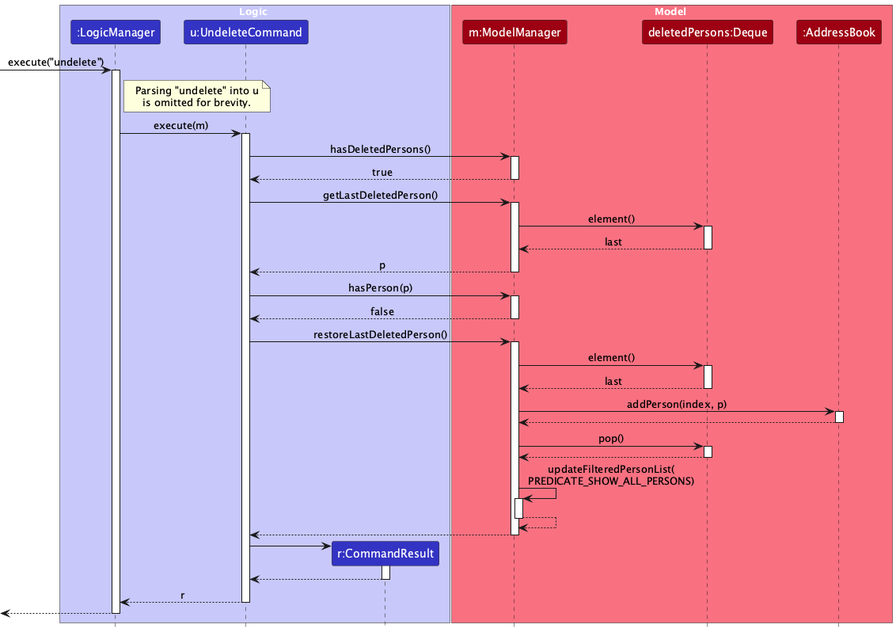
AY2627S1-CS2103T-W08-3/tp keeps this PlantUML diagram as docs/images/UndeleteSequenceDiagram.png. Above is the earlier version.
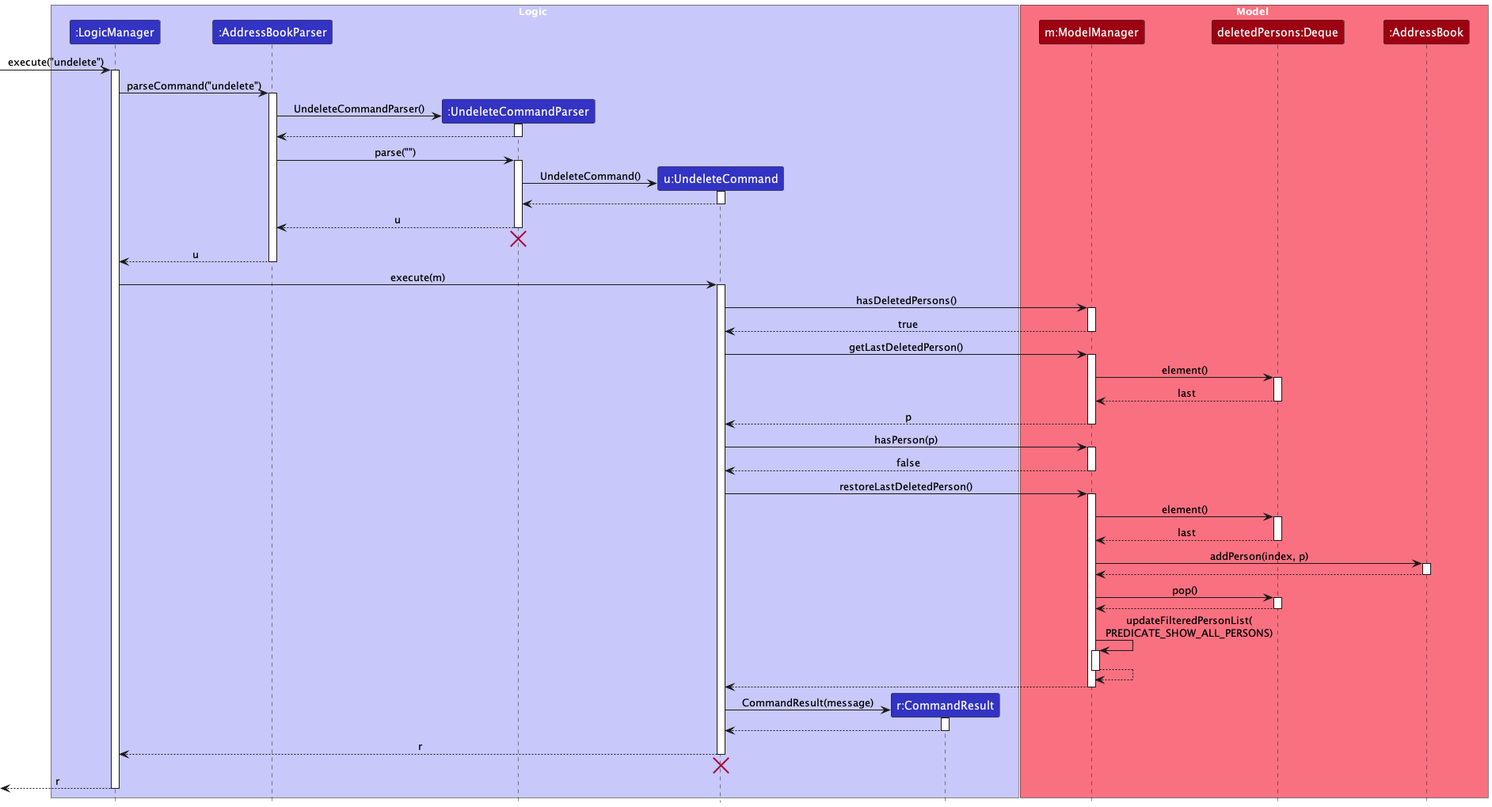
After the change.

Commit message:
DG: Fix delete and undelete sequence diagrams

The edit, as a diff of the source:
```diff
@@ -4,6 +4,8 @@
 
 box Logic LOGIC_COLOR_T1
 participant ":LogicManager" as LogicManager LOGIC_COLOR
+participant ":AddressBookParser" as AddressBookParser LOGIC_COLOR
+participant ":UndeleteCommandParser" as UndeleteCommandParser LOGIC_COLOR
 participant "u:UndeleteCommand" as UndeleteCommand LOGIC_COLOR
 participant "r:CommandResult" as CommandResult LOGIC_COLOR
 end box
@@ -17,7 +19,33 @@
 [-> LogicManager : execute("undelete")
 activate LogicManager
 
-note right of LogicManager : Parsing "undelete" into u\nis omitted for brevity.
+LogicManager -> AddressBookParser : parseCommand("undelete")
+activate AddressBookParser
+
+create UndeleteCommandParser
+AddressBookParser -> UndeleteCommandParser : UndeleteCommandParser()
+activate UndeleteCommandParser
+
+UndeleteCommandParser --> AddressBookParser
+deactivate UndeleteCommandParser
+
+AddressBookParser -> UndeleteCommandParser : parse("")
+activate UndeleteCommandParser
+
+create UndeleteCommand
+UndeleteCommandParser -> UndeleteCommand : UndeleteCommand()
+activate UndeleteCommand
+
+UndeleteCommand --> UndeleteCommandParser
+deactivate UndeleteCommand
+
+UndeleteCommandParser --> AddressBookParser : u
+deactivate UndeleteCommandParser
+UndeleteCommandParser -[hidden]-> AddressBookParser
+destroy UndeleteCommandParser
+
+AddressBookParser --> LogicManager : u
+deactivate AddressBookParser
 
 LogicManager -> UndeleteCommand : execute(m)
 activate UndeleteCommand
@@ -77,7 +105,7 @@
 deactivate ModelManager
 
 create CommandResult
-UndeleteCommand -> CommandResult
+UndeleteCommand -> CommandResult : CommandResult(message)
 activate CommandResult
 
 CommandResult --> UndeleteCommand
@@ -85,7 +113,9 @@
 
 UndeleteCommand --> LogicManager : r
 deactivate UndeleteCommand
+UndeleteCommand -[hidden]-> LogicManager
+destroy UndeleteCommand
 
-[<--LogicManager
+[<--LogicManager : r
 deactivate LogicManager
 @enduml
```
